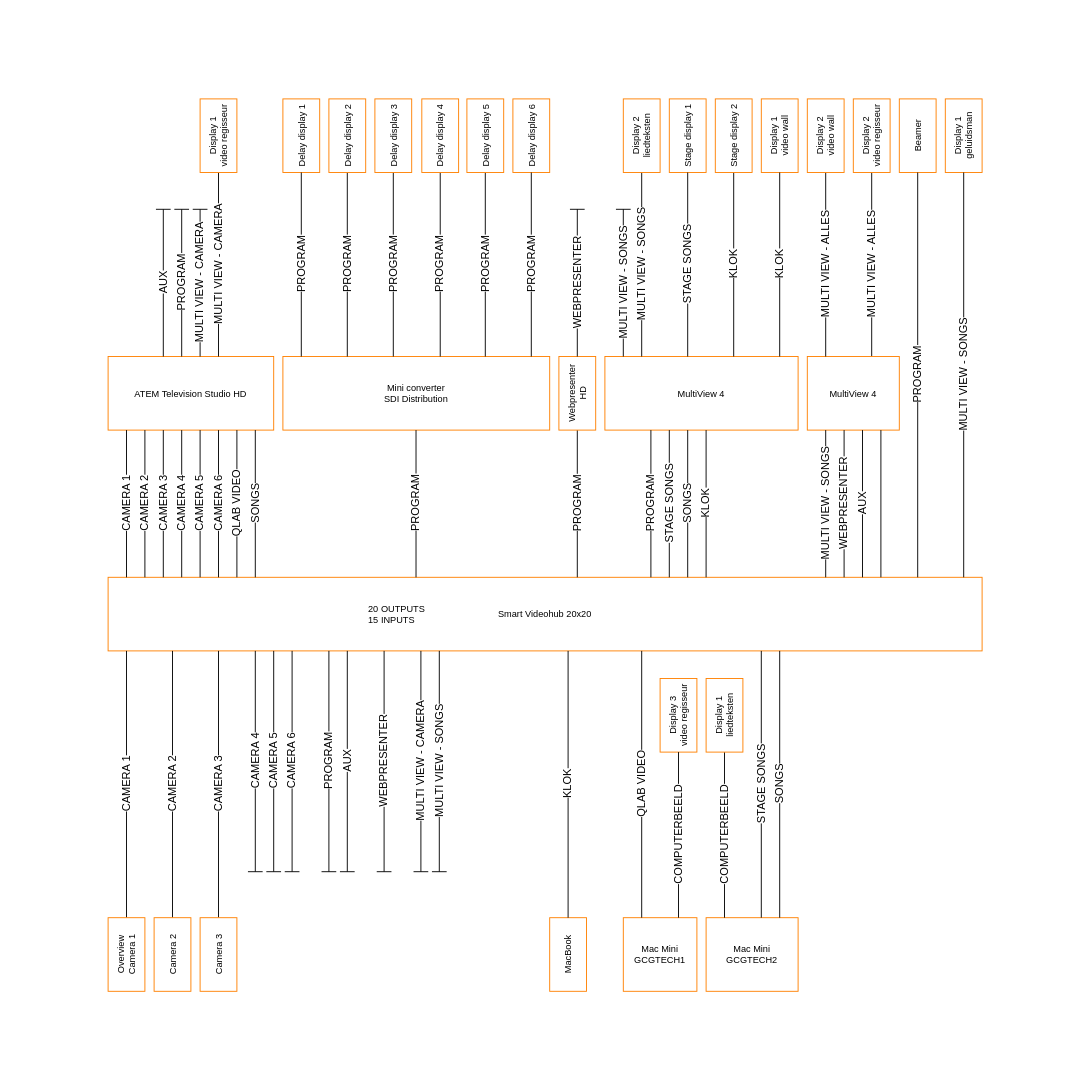
Before: GCG Productie.drawio in martijnsmitt/production-schema, a draw.io diagram. Source tidied: cells renumbered, new cells numbered last; positions are measured from the earlier drawing's top-left corner, leaving out a move shared by most shapes. Both pictures are drawn from the tidied source at 92%, with x=0, y=0 at pixel (108, 98).
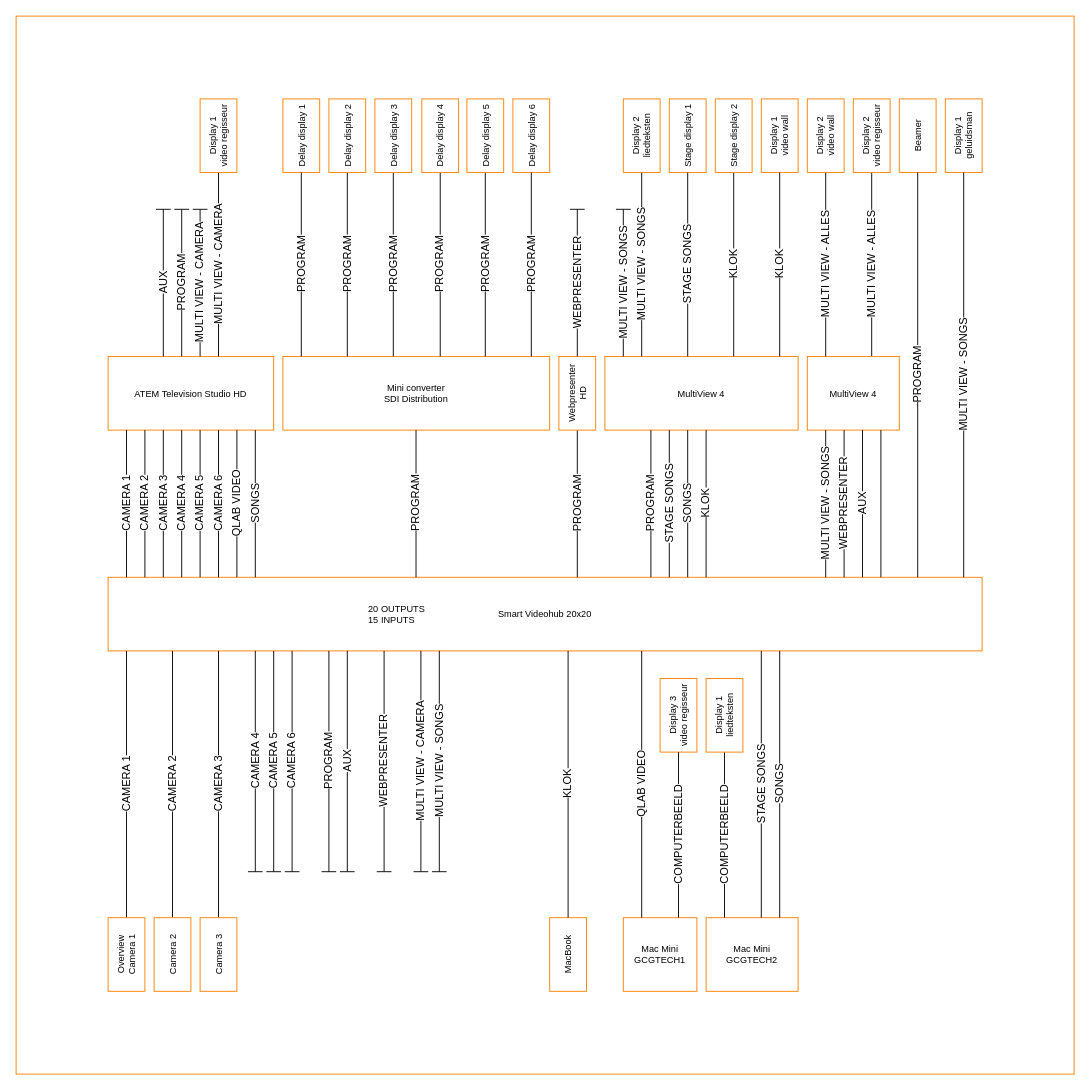
Above is the later version.

What changed in the source:
```diff
@@
+    <mxCell id="88" style="rounded=0;whiteSpace=wrap;html=1;hachureGap=4;fontSize=10;strokeColor=#FF8000;fillColor=none;fontColor=#000000;" parent="1" vertex="1">
+      <mxGeometry x="-100" y="-90" width="1150" height="1150" as="geometry" />
+    </mxCell>
```
